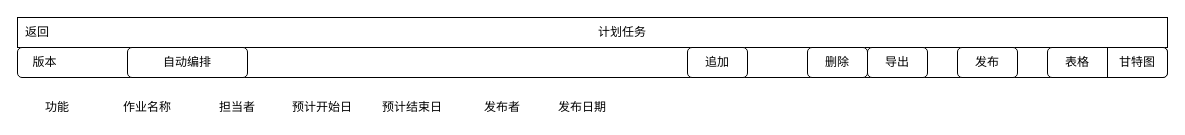
Before: page "pm-project-task-management" (16 of 21) of project-in-action/software-develop-management-system/doc/design/ui/sdms.drawio in callistoctopus/project-all-in-one, a draw.io diagram. Source tidied: cells renumbered, new cells numbered last; positions are measured from the earlier drawing's top-left corner, leaving out a move shared by most shapes. Both pictures are drawn from the tidied source at 100%, with x=0, y=0 at pixel (17, 17).
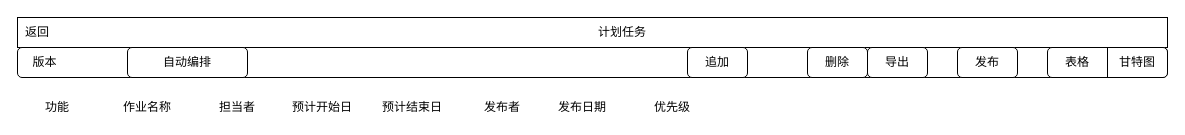
Above is the later version.

Change to the diagram source:
```diff
@@
+    <mxCell id="23" value="优先级" style="text;html=1;strokeColor=none;fillColor=none;align=center;verticalAlign=middle;whiteSpace=wrap;rounded=0;" parent="1" vertex="1">
+      <mxGeometry x="620" y="80" width="70" height="20" as="geometry" />
+    </mxCell>
```
